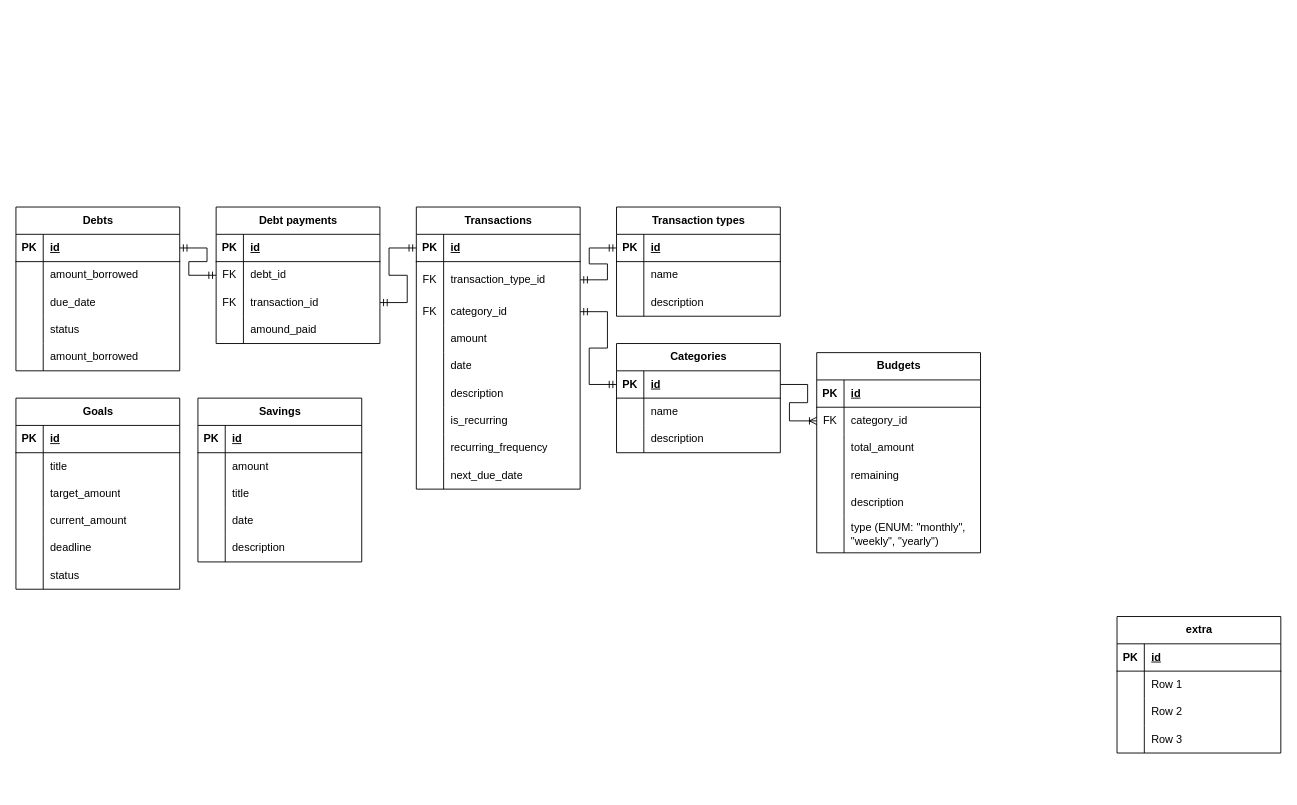
The draw.io diagram _docs/ERD.drawio in quarterinchpwny/Fullstack-js, before the edit. Source tidied: cells renumbered, new cells numbered last; positions are measured from the earlier drawing's top-left corner, leaving out a move shared by most shapes. Both pictures are drawn from the tidied source at 91%, with x=0, y=0 at pixel (15, 207).
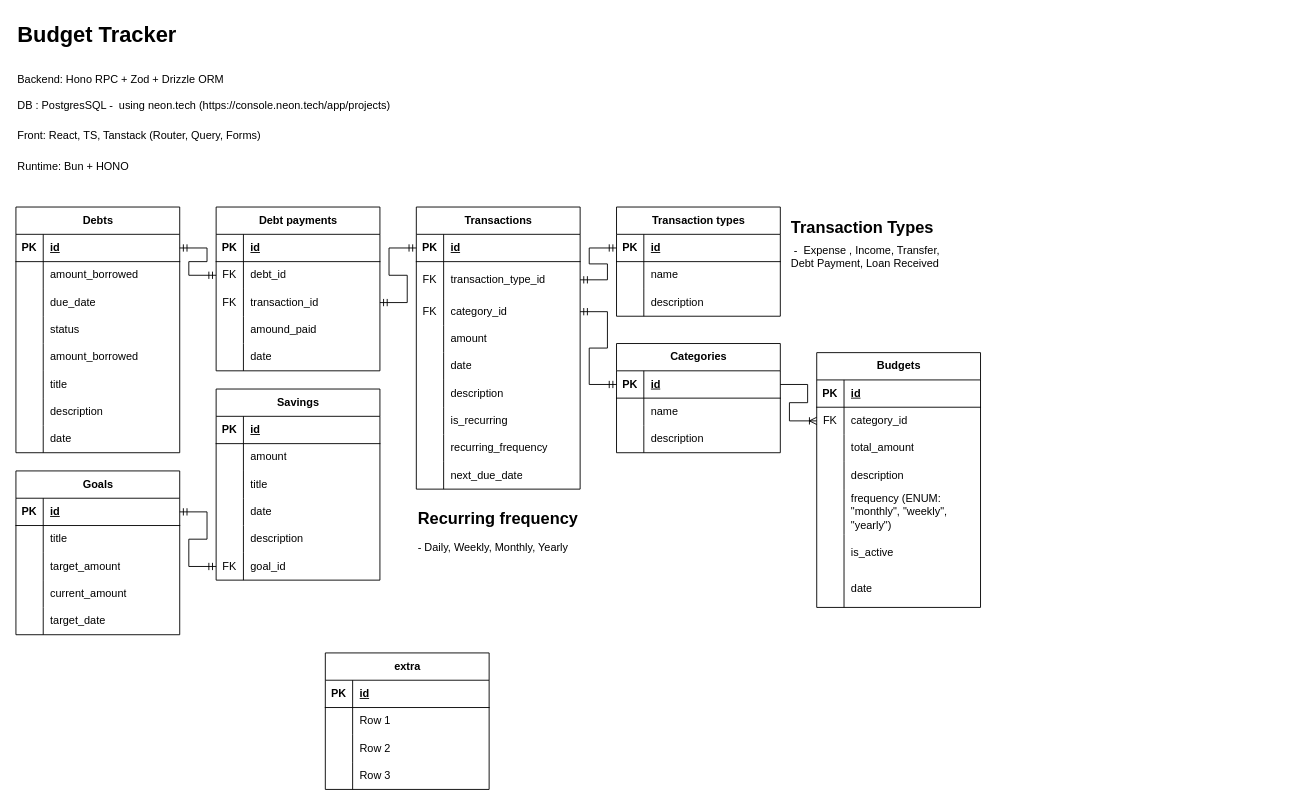
Above is the later version.

The change refers to these unchanged cells:
```xml
<mxCell id="89" style="shape=tableRow;horizontal=0;startSize=0;swimlaneHead=0;swimlaneBody=0;fillColor=none;points=[[0,0.5],[1,0.5]];portConstraint=eastwest;top=0;left=0;right=0;bottom=1;" parent="88" vertex="1">
  <mxGeometry y="30" width="180" height="30" as="geometry" />
</mxCell>
<mxCell id="101" style="shape=tableRow;horizontal=0;startSize=0;swimlaneHead=0;swimlaneBody=0;fillColor=none;top=0;left=0;right=0;bottom=0;" parent="88" vertex="1">
  <mxGeometry y="150" width="180" height="30" as="geometry" />
</mxCell>
```

The edit, as a diff of the source:
```diff
@@
     <mxCell id="30" value="Budgets" style="shape=table;startSize=30;childLayout=tableLayout;rowLines=0;fontStyle=1;align=center;html=1;" parent="1" vertex="1">
-      <mxGeometry x="880" y="160" width="180" height="220" as="geometry" />
+      <mxGeometry x="880" y="160" width="180" height="280" as="geometry" />
     </mxCell>
@@
-    <mxCell id="40" style="shape=tableRow;horizontal=0;startSize=0;swimlaneHead=0;swimlaneBody=0;fillColor=none;top=0;left=0;right=0;bottom=0;" parent="30" vertex="1">
-      <mxGeometry y="120" width="180" height="30" as="geometry" />
-    </mxCell>
-    <mxCell id="41" style="shape=partialRectangle;fillColor=none;top=0;left=0;bottom=0;right=0;overflow=hidden;whiteSpace=wrap;html=1;" parent="40" vertex="1">
-      <mxGeometry width="30" height="30" as="geometry" />
-    </mxCell>
-    <mxCell id="42" value="remaining" style="shape=partialRectangle;fillColor=none;top=0;left=0;bottom=0;right=0;align=left;spacingLeft=6;overflow=hidden;whiteSpace=wrap;html=1;" parent="40" vertex="1">
-      <mxGeometry x="30" width="150" height="30" as="geometry" />
-    </mxCell>
     <mxCell id="43" style="shape=tableRow;horizontal=0;startSize=0;swimlaneHead=0;swimlaneBody=0;fillColor=none;top=0;left=0;right=0;bottom=0;" parent="30" vertex="1">
-      <mxGeometry y="150" width="180" height="30" as="geometry" />
+      <mxGeometry y="120" width="180" height="30" as="geometry" />
     </mxCell>
@@
     <mxCell id="46" style="shape=tableRow;horizontal=0;startSize=0;swimlaneHead=0;swimlaneBody=0;fillColor=none;top=0;left=0;right=0;bottom=0;" parent="30" vertex="1">
-      <mxGeometry y="180" width="180" height="40" as="geometry" />
+      <mxGeometry y="150" width="180" height="50" as="geometry" />
     </mxCell>
     <mxCell id="47" style="shape=partialRectangle;fillColor=none;top=0;left=0;bottom=0;right=0;overflow=hidden;whiteSpace=wrap;html=1;" parent="46" vertex="1">
-      <mxGeometry width="30" height="40" as="geometry" />
+      <mxGeometry width="30" height="50" as="geometry" />
     </mxCell>
-    <mxCell id="48" value="type (ENUM: &quot;monthly&quot;, &quot;weekly&quot;, &quot;yearly&quot;)" style="shape=partialRectangle;fillColor=none;top=0;left=0;bottom=0;right=0;align=left;spacingLeft=6;overflow=hidden;whiteSpace=wrap;html=1;" parent="46" vertex="1">
-      <mxGeometry x="30" width="150" height="40" as="geometry" />
+    <mxCell id="48" value="frequency (ENUM: &quot;monthly&quot;, &quot;weekly&quot;, &quot;yearly&quot;)" style="shape=partialRectangle;fillColor=none;top=0;left=0;bottom=0;right=0;align=left;spacingLeft=6;overflow=hidden;whiteSpace=wrap;html=1;" parent="46" vertex="1">
+      <mxGeometry x="30" width="150" height="50" as="geometry" />
     </mxCell>
+    <mxCell id="151" style="shape=tableRow;horizontal=0;startSize=0;swimlaneHead=0;swimlaneBody=0;fillColor=none;top=0;left=0;right=0;bottom=0;" parent="30" vertex="1">
+      <mxGeometry y="200" width="180" height="40" as="geometry" />
+    </mxCell>
+    <mxCell id="152" style="shape=partialRectangle;fillColor=none;top=0;left=0;bottom=0;right=0;overflow=hidden;whiteSpace=wrap;html=1;" parent="151" vertex="1">
+      <mxGeometry width="30" height="40" as="geometry" />
+    </mxCell>
+    <mxCell id="153" value="is_active" style="shape=partialRectangle;fillColor=none;top=0;left=0;bottom=0;right=0;align=left;spacingLeft=6;overflow=hidden;whiteSpace=wrap;html=1;" parent="151" vertex="1">
+      <mxGeometry x="30" width="150" height="40" as="geometry" />
+    </mxCell>
+    <mxCell id="154" style="shape=tableRow;horizontal=0;startSize=0;swimlaneHead=0;swimlaneBody=0;fillColor=none;top=0;left=0;right=0;bottom=0;" parent="30" vertex="1">
+      <mxGeometry y="240" width="180" height="40" as="geometry" />
+    </mxCell>
+    <mxCell id="155" style="shape=partialRectangle;fillColor=none;top=0;left=0;bottom=0;right=0;overflow=hidden;whiteSpace=wrap;html=1;" parent="154" vertex="1">
+      <mxGeometry width="30" height="40" as="geometry" />
+    </mxCell>
+    <mxCell id="156" value="date" style="shape=partialRectangle;fillColor=none;top=0;left=0;bottom=0;right=0;align=left;spacingLeft=6;overflow=hidden;whiteSpace=wrap;html=1;" parent="154" vertex="1">
+      <mxGeometry x="30" width="150" height="40" as="geometry" />
+    </mxCell>
     <mxCell id="49" value="extra" style="shape=table;startSize=30;childLayout=tableLayout;rowLines=0;fontStyle=1;align=center;html=1;" parent="1" vertex="1">
-      <mxGeometry x="1210" y="450" width="180" height="150" as="geometry" />
+      <mxGeometry x="340" y="490" width="180" height="150" as="geometry" />
     </mxCell>
@@
     <mxCell id="72" value="Savings" style="shape=table;startSize=30;childLayout=tableLayout;rowLines=0;fontStyle=1;align=center;html=1;" parent="1" vertex="1">
-      <mxGeometry x="200" y="210" width="180" height="180" as="geometry" />
+      <mxGeometry x="220" y="200" width="180" height="210" as="geometry" />
     </mxCell>
@@
+    <mxCell id="157" style="shape=tableRow;horizontal=0;startSize=0;swimlaneHead=0;swimlaneBody=0;fillColor=none;points=[[0,0.5],[1,0.5]];portConstraint=eastwest;top=0;left=0;right=0;bottom=0;" parent="72" vertex="1">
+      <mxGeometry y="180" width="180" height="30" as="geometry" />
+    </mxCell>
+    <mxCell id="158" value="FK" style="shape=partialRectangle;fillColor=none;top=0;left=0;bottom=0;right=0;overflow=hidden;whiteSpace=wrap;html=1;" parent="157" vertex="1">
+      <mxGeometry width="30" height="30" as="geometry" />
+    </mxCell>
+    <mxCell id="159" value="goal_id" style="shape=partialRectangle;fillColor=none;top=0;left=0;bottom=0;right=0;align=left;spacingLeft=6;overflow=hidden;whiteSpace=wrap;html=1;" parent="157" vertex="1">
+      <mxGeometry x="30" width="150" height="30" as="geometry" />
+    </mxCell>
     <mxCell id="88" value="Goals" style="shape=table;startSize=30;childLayout=tableLayout;rowLines=0;fontStyle=1;align=center;html=1;" parent="1" vertex="1">
-      <mxGeometry y="210" width="180" height="210" as="geometry" />
+      <mxGeometry y="290" width="180" height="180" as="geometry" />
     </mxCell>
@@
-    <mxCell id="103" value="deadline" style="shape=partialRectangle;fillColor=none;top=0;left=0;bottom=0;right=0;align=left;spacingLeft=6;overflow=hidden;whiteSpace=wrap;html=1;" parent="101" vertex="1">
+    <mxCell id="103" value="target_date" style="shape=partialRectangle;fillColor=none;top=0;left=0;bottom=0;right=0;align=left;spacingLeft=6;overflow=hidden;whiteSpace=wrap;html=1;" parent="101" vertex="1">
       <mxGeometry x="30" width="150" height="30" as="geometry" />
     </mxCell>
-    <mxCell id="104" style="shape=tableRow;horizontal=0;startSize=0;swimlaneHead=0;swimlaneBody=0;fillColor=none;top=0;left=0;right=0;bottom=0;" parent="88" vertex="1">
-      <mxGeometry y="180" width="180" height="30" as="geometry" />
-    </mxCell>
-    <mxCell id="105" style="shape=partialRectangle;fillColor=none;top=0;left=0;bottom=0;right=0;overflow=hidden;whiteSpace=wrap;html=1;" parent="104" vertex="1">
-      <mxGeometry width="30" height="30" as="geometry" />
-    </mxCell>
-    <mxCell id="106" value="status" style="shape=partialRectangle;fillColor=none;top=0;left=0;bottom=0;right=0;align=left;spacingLeft=6;overflow=hidden;whiteSpace=wrap;html=1;" parent="104" vertex="1">
-      <mxGeometry x="30" width="150" height="30" as="geometry" />
-    </mxCell>
     <mxCell id="107" value="Debts" style="shape=table;startSize=30;childLayout=tableLayout;rowLines=0;fontStyle=1;align=center;html=1;" parent="1" vertex="1">
-      <mxGeometry width="180" height="180" as="geometry" />
+      <mxGeometry width="180" height="270" as="geometry" />
     </mxCell>
@@
+    <mxCell id="160" style="shape=tableRow;horizontal=0;startSize=0;swimlaneHead=0;swimlaneBody=0;fillColor=none;top=0;left=0;right=0;bottom=0;" parent="107" vertex="1">
+      <mxGeometry y="180" width="180" height="30" as="geometry" />
+    </mxCell>
+    <mxCell id="161" style="shape=partialRectangle;fillColor=none;top=0;left=0;bottom=0;right=0;overflow=hidden;whiteSpace=wrap;html=1;" parent="160" vertex="1">
+      <mxGeometry width="30" height="30" as="geometry" />
+    </mxCell>
+    <mxCell id="162" value="title" style="shape=partialRectangle;fillColor=none;top=0;left=0;bottom=0;right=0;align=left;spacingLeft=6;overflow=hidden;whiteSpace=wrap;html=1;" parent="160" vertex="1">
+      <mxGeometry x="30" width="150" height="30" as="geometry" />
+    </mxCell>
+    <mxCell id="163" style="shape=tableRow;horizontal=0;startSize=0;swimlaneHead=0;swimlaneBody=0;fillColor=none;top=0;left=0;right=0;bottom=0;" parent="107" vertex="1">
+      <mxGeometry y="210" width="180" height="30" as="geometry" />
+    </mxCell>
+    <mxCell id="164" style="shape=partialRectangle;fillColor=none;top=0;left=0;bottom=0;right=0;overflow=hidden;whiteSpace=wrap;html=1;" parent="163" vertex="1">
+      <mxGeometry width="30" height="30" as="geometry" />
+    </mxCell>
+    <mxCell id="165" value="description" style="shape=partialRectangle;fillColor=none;top=0;left=0;bottom=0;right=0;align=left;spacingLeft=6;overflow=hidden;whiteSpace=wrap;html=1;" parent="163" vertex="1">
+      <mxGeometry x="30" width="150" height="30" as="geometry" />
+    </mxCell>
+    <mxCell id="166" style="shape=tableRow;horizontal=0;startSize=0;swimlaneHead=0;swimlaneBody=0;fillColor=none;top=0;left=0;right=0;bottom=0;" parent="107" vertex="1">
+      <mxGeometry y="240" width="180" height="30" as="geometry" />
+    </mxCell>
+    <mxCell id="167" style="shape=partialRectangle;fillColor=none;top=0;left=0;bottom=0;right=0;overflow=hidden;whiteSpace=wrap;html=1;" parent="166" vertex="1">
+      <mxGeometry width="30" height="30" as="geometry" />
+    </mxCell>
+    <mxCell id="168" value="date" style="shape=partialRectangle;fillColor=none;top=0;left=0;bottom=0;right=0;align=left;spacingLeft=6;overflow=hidden;whiteSpace=wrap;html=1;" parent="166" vertex="1">
+      <mxGeometry x="30" width="150" height="30" as="geometry" />
+    </mxCell>
@@
     <mxCell id="133" value="Debt payments" style="shape=table;startSize=30;childLayout=tableLayout;rowLines=0;fontStyle=1;align=center;html=1;" parent="1" vertex="1">
-      <mxGeometry x="220" width="180" height="150" as="geometry" />
+      <mxGeometry x="220" width="180" height="180" as="geometry" />
     </mxCell>
@@
+    <mxCell id="169" style="shape=tableRow;horizontal=0;startSize=0;swimlaneHead=0;swimlaneBody=0;fillColor=none;top=0;left=0;right=0;bottom=0;" parent="133" vertex="1">
+      <mxGeometry y="150" width="180" height="30" as="geometry" />
+    </mxCell>
+    <mxCell id="170" style="shape=partialRectangle;fillColor=none;top=0;left=0;bottom=0;right=0;overflow=hidden;whiteSpace=wrap;html=1;" parent="169" vertex="1">
+      <mxGeometry width="30" height="30" as="geometry" />
+    </mxCell>
+    <mxCell id="171" value="date" style="shape=partialRectangle;fillColor=none;top=0;left=0;bottom=0;right=0;align=left;spacingLeft=6;overflow=hidden;whiteSpace=wrap;html=1;" parent="169" vertex="1">
+      <mxGeometry x="30" width="150" height="30" as="geometry" />
+    </mxCell>
@@
+    <mxCell id="172" value="&lt;h1 style=&quot;margin-top: 0px; margin-bottom: 0px;&quot;&gt;&lt;font style=&quot;font-size: 18px;&quot;&gt;Transaction Types&lt;/font&gt;&lt;/h1&gt;&lt;div style=&quot;margin-top: 5px;&quot;&gt;&lt;span style=&quot;background-color: transparent; color: light-dark(rgb(0, 0, 0), rgb(255, 255, 255));&quot;&gt;&amp;nbsp;-&amp;nbsp;&amp;nbsp;&lt;/span&gt;Expense , Income, Transfer, Debt Payment, Loan Received&lt;span style=&quot;background-color: transparent; color: light-dark(rgb(0, 0, 0), rgb(255, 255, 255));&quot;&gt;&amp;nbsp;&lt;/span&gt;&lt;/div&gt;" style="text;html=1;whiteSpace=wrap;overflow=hidden;rounded=0;" parent="1" vertex="1">
+      <mxGeometry x="850" width="180" height="120" as="geometry" />
+    </mxCell>
+    <mxCell id="173" value="&lt;h1 style=&quot;margin-top: 0px; margin-bottom: 0px;&quot;&gt;&lt;span style=&quot;background-color: transparent; color: light-dark(rgb(0, 0, 0), rgb(255, 255, 255)); font-size: 18px; line-height: 100%;&quot;&gt;Recurring frequency&lt;/span&gt;&lt;/h1&gt;&lt;h1 style=&quot;margin-top: 0px;&quot;&gt;&lt;span style=&quot;font-size: 12px; font-weight: 400; line-height: 100%;&quot;&gt;- Daily, Weekly, Monthly, Yearly&lt;/span&gt;&lt;/h1&gt;" style="text;html=1;whiteSpace=wrap;overflow=hidden;rounded=0;" parent="1" vertex="1">
+      <mxGeometry x="440" y="320" width="180" height="120" as="geometry" />
+    </mxCell>
+    <mxCell id="174" value="&lt;h1 style=&quot;margin-top: 0px;&quot;&gt;&lt;span style=&quot;background-color: transparent; color: light-dark(rgb(0, 0, 0), rgb(255, 255, 255));&quot;&gt;Budget Tracker&lt;/span&gt;&lt;/h1&gt;&lt;h1 style=&quot;margin-top: 0px; margin-bottom: 5px;&quot;&gt;&lt;span style=&quot;font-size: 12px; font-weight: 400;&quot;&gt;Backend: Hono RPC + Zod + Drizzle ORM&lt;br&gt;DB : PostgresSQL -&amp;nbsp; using neon.tech (&lt;/span&gt;&lt;span style=&quot;background-color: transparent; font-size: 12px; font-weight: 400;&quot;&gt;https://console.neon.tech/app/projects&lt;/span&gt;&lt;span style=&quot;font-size: 12px; font-weight: 400; background-color: transparent; color: light-dark(rgb(0, 0, 0), rgb(255, 255, 255));&quot;&gt;)&amp;nbsp;&lt;/span&gt;&lt;/h1&gt;&lt;h1 style=&quot;margin-top: 0px; margin-bottom: 5px;&quot;&gt;&lt;span style=&quot;background-color: transparent; color: light-dark(rgb(0, 0, 0), rgb(255, 255, 255)); font-size: 12px; font-weight: 400;&quot;&gt;Front: React, TS, Tanstack (Router, Query, Forms)&amp;nbsp;&amp;nbsp;&lt;/span&gt;&lt;/h1&gt;&lt;div&gt;&lt;div&gt;&lt;h1 style=&quot;margin-top: 0px; margin-bottom: 5px;&quot;&gt;&lt;span style=&quot;font-size: 12px; font-weight: 400; background-color: transparent; color: light-dark(rgb(0, 0, 0), rgb(255, 255, 255));&quot;&gt;Runtime: Bun + HONO&amp;nbsp;&lt;/span&gt;&lt;/h1&gt;&lt;div&gt;&lt;br&gt;&lt;/div&gt;&lt;/div&gt;&lt;/div&gt;" style="text;html=1;whiteSpace=wrap;overflow=hidden;rounded=0;" parent="1" vertex="1">
+      <mxGeometry y="-210" width="490" height="180" as="geometry" />
+    </mxCell>
+    <mxCell id="175" style="edgeStyle=entityRelationEdgeStyle;fontSize=12;html=1;endArrow=ERmandOne;startArrow=ERmandOne;rounded=0;exitX=0;exitY=0.5;exitDx=0;exitDy=0;entryX=1;entryY=0.5;entryDx=0;entryDy=0;" parent="1" edge="1" source="157" target="89">
+      <mxGeometry relative="1" as="geometry" />
+    </mxCell>
```
